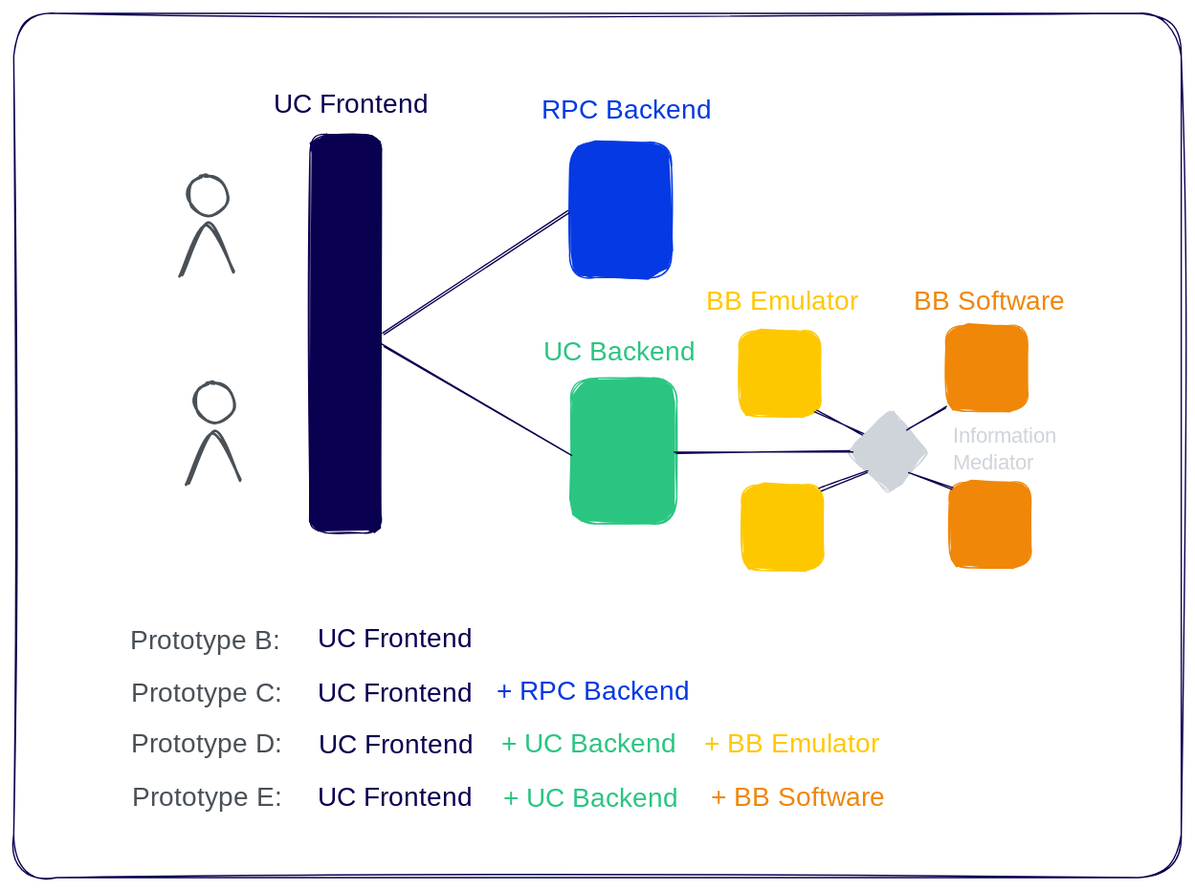
Above: docs/.gitbook/assets/file.excalidraw (1).svg in GovStackWorkingGroup/sandbox (Excalidraw), before the change. Source tidied: one line per element, renumbered; positions are measured from the earlier drawing's top-left corner, leaving out a move shared by most shapes.
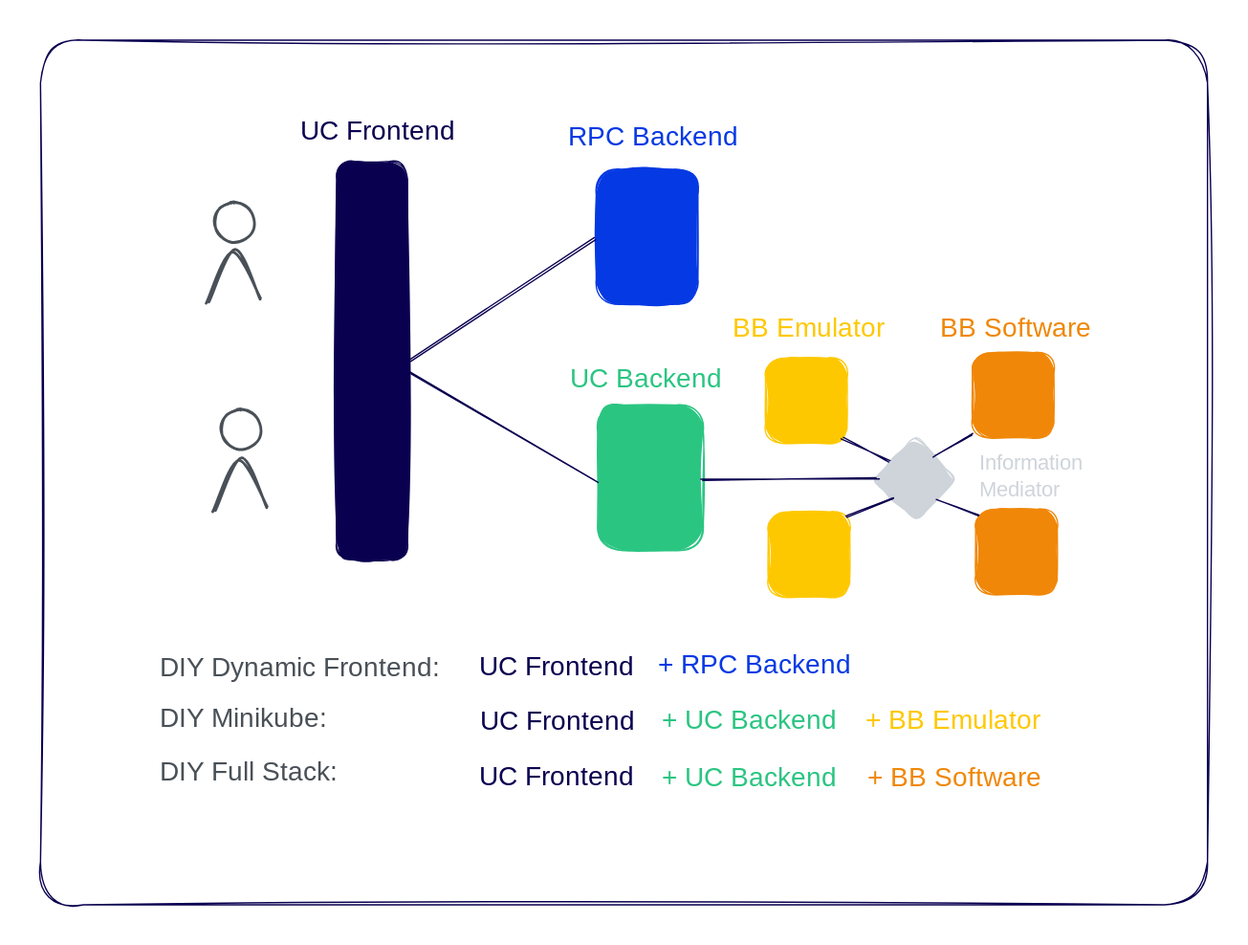
After the commit.

Change to the diagram source:
```diff
@@ -19,19 +19,17 @@
 {"id": 18, "type": "text", "text": "UC Backend", "strokeColor": "#2bc582", "backgroundColor": "#0a0050", "fillStyle": "solid", "strokeWidth": 1, "roughness": 1, "fontSize": 20, "fontFamily": 1, "x": 396, "y": 242, "width": 116, "height": 25}
 {"id": 19, "type": "text", "text": "UC Frontend", "strokeColor": "#0a0050", "backgroundColor": "#0a0050", "fillStyle": "solid", "strokeWidth": 1, "roughness": 1, "fontSize": 20, "fontFamily": 1, "x": 194, "y": 56, "width": 121, "height": 25}
 {"id": 20, "type": "text", "text": "RPC Backend", "strokeColor": "#0539e3", "backgroundColor": "#0a0050", "fillStyle": "solid", "strokeWidth": 1, "roughness": 1, "fontSize": 20, "fontFamily": 1, "x": 394, "y": 60, "width": 129, "height": 25}
-{"id": 21, "type": "text", "text": "Prototype B:", "strokeColor": "#495057", "strokeWidth": 1, "strokeStyle": "dashed", "roughness": 1, "fontSize": 20, "fontFamily": 1, "x": 87, "y": 457, "width": 126, "height": 25}
-{"id": 22, "type": "text", "text": "Prototype C:", "strokeColor": "#495057", "strokeWidth": 1, "strokeStyle": "dashed", "roughness": 1, "fontSize": 20, "fontFamily": 1, "x": 88, "y": 496, "width": 124, "height": 25}
+{"id": 22, "type": "text", "text": "DIY Dynamic Frontend:", "strokeColor": "#495057", "strokeWidth": 1, "strokeStyle": "dashed", "roughness": 1, "fontSize": 20, "fontFamily": 1, "x": 89, "y": 458, "width": 220, "height": 25}
-{"id": 23, "type": "text", "text": "Prototype D:", "strokeColor": "#495057", "strokeWidth": 1, "strokeStyle": "dashed", "roughness": 1, "fontSize": 20, "fontFamily": 1, "x": 88, "y": 534, "width": 127, "height": 25}
+{"id": 23, "type": "text", "text": "DIY Minikube:", "strokeColor": "#495057", "strokeWidth": 1, "strokeStyle": "dashed", "roughness": 1, "fontSize": 20, "fontFamily": 1, "x": 89, "y": 496, "width": 127, "height": 25}
-{"id": 24, "type": "text", "text": "Prototype E:", "strokeColor": "#495057", "strokeWidth": 1, "strokeStyle": "dashed", "roughness": 1, "fontSize": 20, "fontFamily": 1, "x": 88, "y": 574, "width": 125, "height": 25}
+{"id": 24, "type": "text", "text": "DIY Full Stack:", "strokeColor": "#495057", "strokeWidth": 1, "strokeStyle": "dashed", "roughness": 1, "fontSize": 20, "fontFamily": 1, "x": 89, "y": 536, "width": 152, "height": 25}
-{"id": 25, "type": "text", "text": "UC Frontend", "strokeColor": "#0a0050", "strokeWidth": 1, "strokeStyle": "dashed", "roughness": 1, "fontSize": 20, "fontFamily": 1, "x": 227, "y": 456, "width": 121, "height": 25}
-{"id": 26, "type": "text", "text": "UC Frontend", "strokeColor": "#0a0050", "strokeWidth": 1, "strokeStyle": "dashed", "roughness": 1, "fontSize": 20, "fontFamily": 1, "x": 227, "y": 496, "width": 121, "height": 25}
+{"id": 26, "type": "text", "text": "UC Frontend", "strokeColor": "#0a0050", "strokeWidth": 1, "strokeStyle": "dashed", "roughness": 1, "fontSize": 20, "fontFamily": 1, "x": 328, "y": 456, "width": 121, "height": 25}
-{"id": 27, "type": "text", "text": "UC Frontend", "strokeColor": "#0a0050", "strokeWidth": 1, "strokeStyle": "dashed", "roughness": 1, "fontSize": 20, "fontFamily": 1, "x": 228, "y": 536, "width": 121, "height": 25}
+{"id": 27, "type": "text", "text": "UC Frontend", "strokeColor": "#0a0050", "strokeWidth": 1, "strokeStyle": "dashed", "roughness": 1, "fontSize": 20, "fontFamily": 1, "x": 329, "y": 498, "width": 121, "height": 25}
-{"id": 28, "type": "text", "text": "UC Frontend", "strokeColor": "#0a0050", "strokeWidth": 1, "strokeStyle": "dashed", "roughness": 1, "fontSize": 20, "fontFamily": 1, "x": 227, "y": 574, "width": 121, "height": 25}
+{"id": 28, "type": "text", "text": "UC Frontend", "strokeColor": "#0a0050", "strokeWidth": 1, "strokeStyle": "dashed", "roughness": 1, "fontSize": 20, "fontFamily": 1, "x": 328, "y": 538, "width": 121, "height": 25}
-{"id": 29, "type": "text", "text": "+ RPC Backend", "strokeColor": "#0539e3", "strokeWidth": 1, "strokeStyle": "dashed", "roughness": 1, "fontSize": 20, "fontFamily": 1, "x": 361, "y": 496, "width": 151, "height": 25}
+{"id": 29, "type": "text", "text": "+ RPC Backend", "strokeColor": "#0539e3", "strokeWidth": 1, "strokeStyle": "dashed", "roughness": 1, "fontSize": 20, "fontFamily": 1, "x": 462, "y": 456, "width": 151, "height": 25}
-{"id": 30, "type": "text", "text": "+ UC Backend", "strokeColor": "#2bc582", "strokeWidth": 1, "strokeStyle": "dashed", "roughness": 1, "fontSize": 20, "fontFamily": 1, "x": 364, "y": 534, "width": 139, "height": 25}
+{"id": 30, "type": "text", "text": "+ UC Backend", "strokeColor": "#2bc582", "strokeWidth": 1, "strokeStyle": "dashed", "roughness": 1, "fontSize": 20, "fontFamily": 1, "x": 464, "y": 496, "width": 139, "height": 25}
-{"id": 31, "type": "text", "text": "+ BB Emulator", "strokeColor": "#fec800", "strokeWidth": 1, "strokeStyle": "dashed", "roughness": 1, "fontSize": 20, "fontFamily": 1, "x": 516, "y": 534, "width": 149, "height": 25}
+{"id": 31, "type": "text", "text": "+ BB Emulator", "strokeColor": "#fec800", "strokeWidth": 1, "strokeStyle": "dashed", "roughness": 1, "fontSize": 20, "fontFamily": 1, "x": 617, "y": 496, "width": 149, "height": 25}
-{"id": 32, "type": "text", "text": "+ UC Backend", "strokeColor": "#2bc582", "strokeWidth": 1, "strokeStyle": "dashed", "roughness": 1, "fontSize": 20, "fontFamily": 1, "x": 366, "y": 576, "width": 139, "height": 25}
+{"id": 32, "type": "text", "text": "+ UC Backend", "strokeColor": "#2bc582", "strokeWidth": 1, "strokeStyle": "dashed", "roughness": 1, "fontSize": 20, "fontFamily": 1, "x": 465, "y": 540, "width": 139, "height": 25}
-{"id": 33, "type": "text", "text": "+ BB Software", "strokeColor": "#f08708", "strokeWidth": 1, "strokeStyle": "dashed", "roughness": 1, "fontSize": 20, "fontFamily": 1, "x": 521, "y": 574, "width": 151, "height": 25}
+{"id": 33, "type": "text", "text": "+ BB Software", "strokeColor": "#f08708", "strokeWidth": 1, "strokeStyle": "dashed", "roughness": 1, "fontSize": 20, "fontFamily": 1, "x": 618, "y": 540, "width": 151, "height": 25}
 {"id": 34, "type": "rectangle", "strokeColor": "#0a0050", "strokeWidth": 1, "roughness": 2, "round": true, "x": 0, "y": 0, "width": 872, "height": 646}
 {"id": 35, "type": "ellipse", "strokeColor": "#495057", "strokeWidth": 2, "roughness": 1, "round": true, "x": 130, "y": 121, "width": 30, "height": 30}
 {"id": 36, "type": "line", "strokeColor": "#495057", "angle": 6.27, "strokeWidth": 2, "roughness": 1, "round": true, "x": 124, "y": 196, "width": 39, "height": 38, "points": [[0, 0], [20, -38], [39, -2]]}
```
